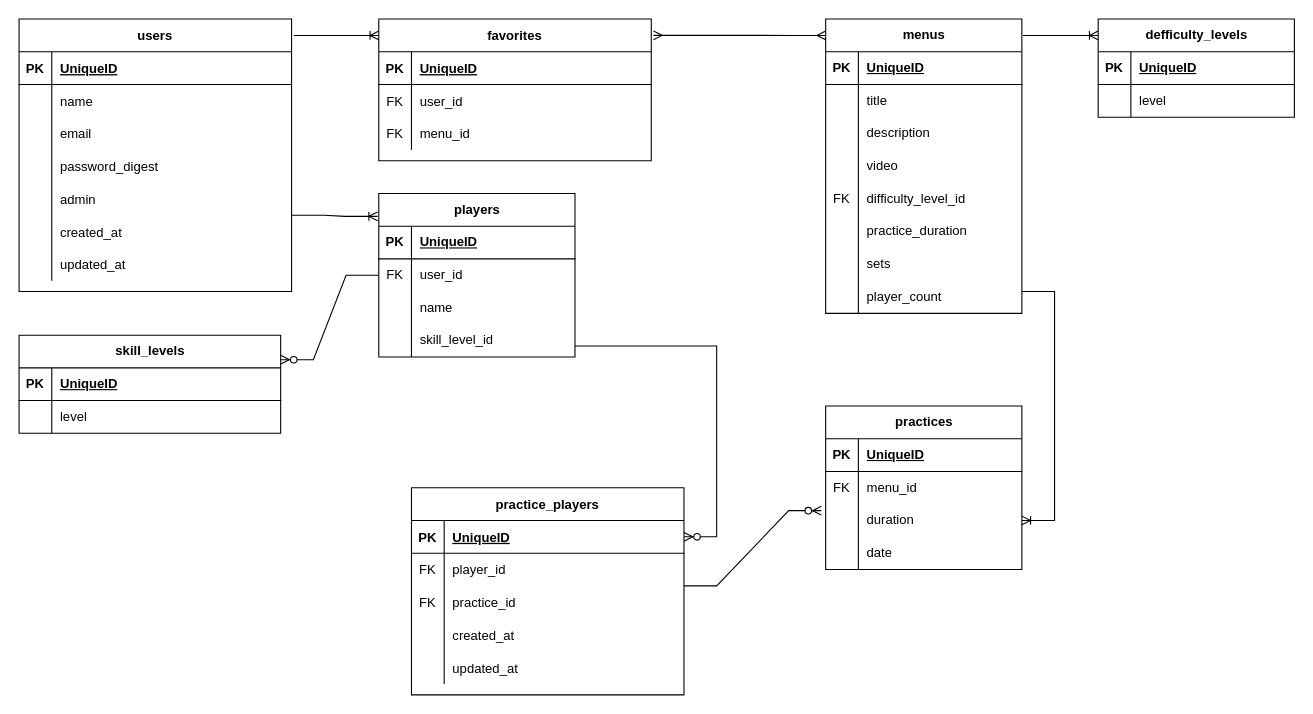
The draw.io diagram 卒業課題.drawio in yu-tas/achieve, before the edit. Source tidied: cells renumbered, new cells numbered last; positions are measured from the earlier drawing's top-left corner, leaving out a move shared by most shapes. Both pictures are drawn from the tidied source at 109%, with x=0, y=0 at pixel (19, 19).
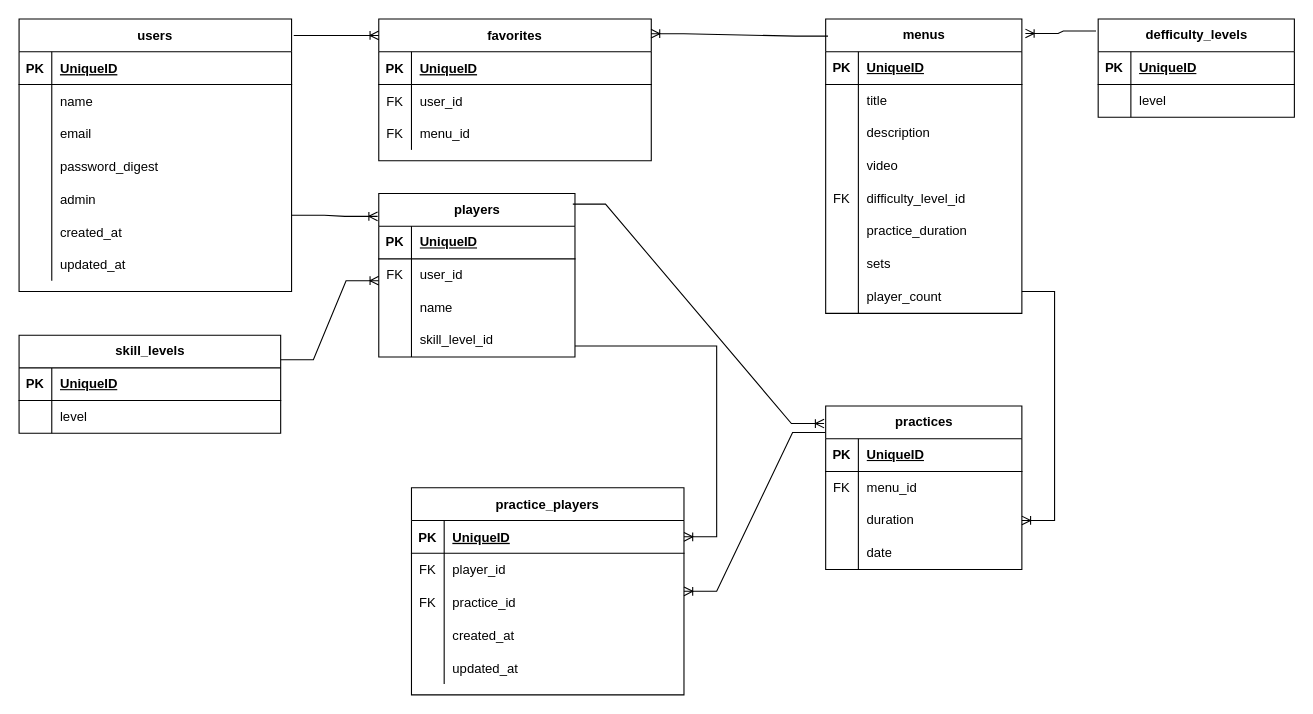
The same diagram, later.

Commit message:
卒業課題.drawio を更新します

Unchanged cells that the change refers to:
```xml
<mxCell id="2" value="favorites" style="shape=table;startSize=30;childLayout=tableLayout;rowLines=0;fontStyle=1;align=center;" parent="1" vertex="1">
  <mxGeometry x="330" width="250" height="130" as="geometry" />
</mxCell>
<mxCell id="12" value="practice_players" style="shape=table;startSize=30;childLayout=tableLayout;rowLines=0;fontStyle=1;align=center;" parent="1" vertex="1">
  <mxGeometry x="360" y="430" width="250" height="190" as="geometry" />
</mxCell>
<mxCell id="13" style="shape=partialRectangle;fillColor=none;points=[[0,0.5],[1,0.5]];portConstraint=eastwest;top=0;left=0;right=0;bottom=1;" parent="12" vertex="1">
  <mxGeometry y="30" width="250" height="30" as="geometry" />
</mxCell>
<mxCell id="50" value="menus" style="shape=table;startSize=30;childLayout=tableLayout;rowLines=0;fontStyle=1;align=center;html=1;" parent="1" vertex="1">
  <mxGeometry x="740" width="180" height="270" as="geometry" />
</mxCell>
<mxCell id="75" value="defficulty_levels" style="shape=table;startSize=30;childLayout=tableLayout;rowLines=0;fontStyle=1;align=center;html=1;" parent="1" vertex="1">
  <mxGeometry x="990" width="180" height="90" as="geometry" />
</mxCell>
<mxCell id="82" value="practices" style="shape=table;startSize=30;childLayout=tableLayout;rowLines=0;fontStyle=1;align=center;html=1;" parent="1" vertex="1">
  <mxGeometry x="740" y="355" width="180" height="150" as="geometry" />
</mxCell>
<mxCell id="89" style="shape=tableRow;horizontal=0;startSize=0;swimlaneHead=0;swimlaneBody=0;fillColor=none;points=[[0,0.5],[1,0.5]];portConstraint=eastwest;top=0;left=0;right=0;bottom=0;" parent="82" vertex="1">
  <mxGeometry y="90" width="180" height="30" as="geometry" />
</mxCell>
<mxCell id="95" value="players" style="shape=table;startSize=30;childLayout=tableLayout;rowLines=0;fontStyle=1;align=center;html=1;" parent="1" vertex="1">
  <mxGeometry x="330" y="160" width="180" height="150" as="geometry" />
</mxCell>
<mxCell id="115" value="skill_levels" style="shape=table;startSize=30;childLayout=tableLayout;rowLines=0;fontStyle=1;align=center;html=1;" parent="1" vertex="1">
  <mxGeometry y="290" width="240" height="90" as="geometry" />
</mxCell>
```

What changed in the source:
```diff
@@
-    <mxCell id="108" style="edgeStyle=entityRelationEdgeStyle;fontSize=12;html=1;endArrow=ERmany;startArrow=ERmany;rounded=0;exitX=1.008;exitY=0.115;exitDx=0;exitDy=0;exitPerimeter=0;" parent="1" edge="1" source="2">
-      <mxGeometry relative="1" as="geometry">
-        <mxPoint x="740" y="15" as="targetPoint" />
-      </mxGeometry>
-    </mxCell>
-    <mxCell id="109" style="edgeStyle=entityRelationEdgeStyle;fontSize=12;html=1;endArrow=ERoneToMany;rounded=0;exitX=1.006;exitY=0.056;exitDx=0;exitDy=0;exitPerimeter=0;" parent="1" edge="1" source="50">
-      <mxGeometry relative="1" as="geometry">
-        <mxPoint x="990" y="15" as="targetPoint" />
-      </mxGeometry>
+    <mxCell id="109" style="edgeStyle=entityRelationEdgeStyle;fontSize=12;html=1;endArrow=ERoneToMany;rounded=0;exitX=-0.011;exitY=0.122;exitDx=0;exitDy=0;exitPerimeter=0;entryX=1.018;entryY=0.049;entryDx=0;entryDy=0;entryPerimeter=0;" parent="1" edge="1" source="75" target="50">
+      <mxGeometry relative="1" as="geometry" />
     </mxCell>
@@
-    <mxCell id="113" style="edgeStyle=entityRelationEdgeStyle;fontSize=12;html=1;endArrow=ERzeroToMany;endFill=1;rounded=0;" parent="1" edge="1" target="13">
+    <mxCell id="113" style="edgeStyle=entityRelationEdgeStyle;fontSize=12;html=1;endArrow=ERoneToMany;endFill=1;rounded=0;" parent="1" edge="1" target="13">
       <mxGeometry relative="1" as="geometry">
         <mxPoint x="510" y="300" as="sourcePoint" />
         <Array as="points">
           <mxPoint x="270" y="380" />
         </Array>
       </mxGeometry>
     </mxCell>
-    <mxCell id="114" style="edgeStyle=entityRelationEdgeStyle;fontSize=12;html=1;endArrow=ERzeroToMany;endFill=1;rounded=0;entryX=-0.022;entryY=0.2;entryDx=0;entryDy=0;entryPerimeter=0;" parent="1" edge="1" target="89">
-      <mxGeometry relative="1" as="geometry">
-        <mxPoint x="610" y="520" as="sourcePoint" />
-        <Array as="points">
-          <mxPoint x="370" y="600" />
-        </Array>
-      </mxGeometry>
-    </mxCell>
@@
-    <mxCell id="122" style="edgeStyle=entityRelationEdgeStyle;fontSize=12;html=1;endArrow=ERzeroToMany;endFill=1;rounded=0;entryX=1;entryY=0.25;entryDx=0;entryDy=0;" parent="1" edge="1" source="95" target="115">
-      <mxGeometry relative="1" as="geometry" />
+    <mxCell id="122" style="edgeStyle=entityRelationEdgeStyle;fontSize=12;html=1;endArrow=ERoneToMany;endFill=1;rounded=0;exitX=1;exitY=0.25;exitDx=0;exitDy=0;" parent="1" edge="1" source="115">
+      <mxGeometry relative="1" as="geometry">
+        <mxPoint x="330" y="240" as="targetPoint" />
+      </mxGeometry>
     </mxCell>
+    <mxCell id="123" style="edgeStyle=entityRelationEdgeStyle;fontSize=12;html=1;endArrow=ERoneToMany;endFill=1;rounded=0;entryX=-0.008;entryY=0.107;entryDx=0;entryDy=0;entryPerimeter=0;exitX=0.989;exitY=0.065;exitDx=0;exitDy=0;exitPerimeter=0;" parent="1" edge="1" source="95" target="82">
+      <mxGeometry relative="1" as="geometry" />
+    </mxCell>
+    <mxCell id="114" style="edgeStyle=entityRelationEdgeStyle;fontSize=12;html=1;endArrow=ERoneToMany;endFill=1;rounded=0;exitX=-0.002;exitY=0.162;exitDx=0;exitDy=0;exitPerimeter=0;" parent="1" edge="1" source="82" target="12">
+      <mxGeometry relative="1" as="geometry">
+        <Array as="points">
+          <mxPoint x="370" y="600" />
+        </Array>
+      </mxGeometry>
+    </mxCell>
+    <mxCell id="124" style="edgeStyle=entityRelationEdgeStyle;fontSize=12;html=1;endArrow=ERoneToMany;rounded=0;entryX=0.999;entryY=0.103;entryDx=0;entryDy=0;entryPerimeter=0;exitX=0.012;exitY=0.058;exitDx=0;exitDy=0;exitPerimeter=0;" parent="1" edge="1" source="50" target="2">
+      <mxGeometry relative="1" as="geometry">
+        <Array as="points">
+          <mxPoint x="720" y="10" />
+        </Array>
+      </mxGeometry>
+    </mxCell>
```
